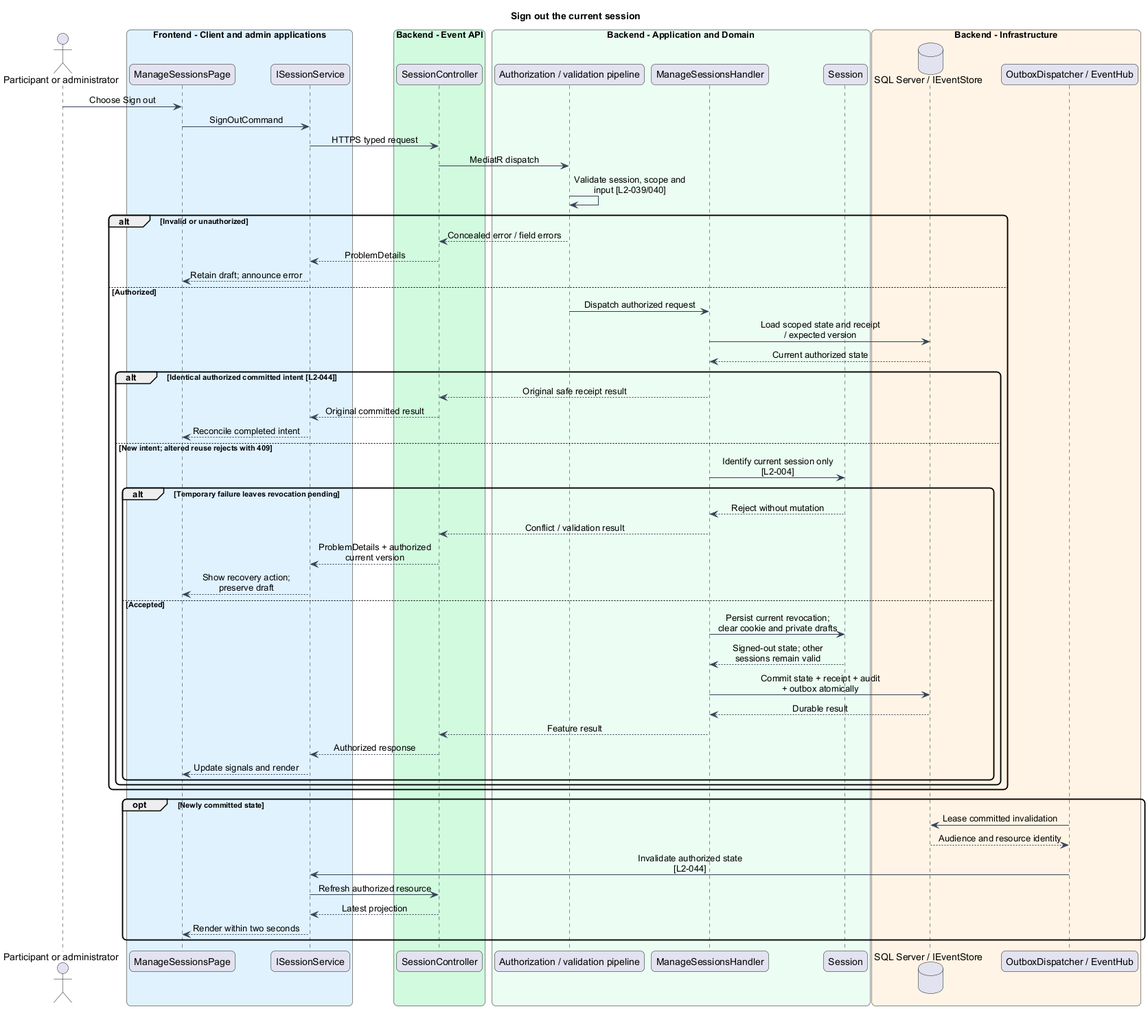
This is docs/detailed-designs/access/manage-sessions/diagrams/sequence-sign-out.png from QuinntyneBrown/faithtech-toronto-ai-build-event, a PlantUML export, as it was before one commit.
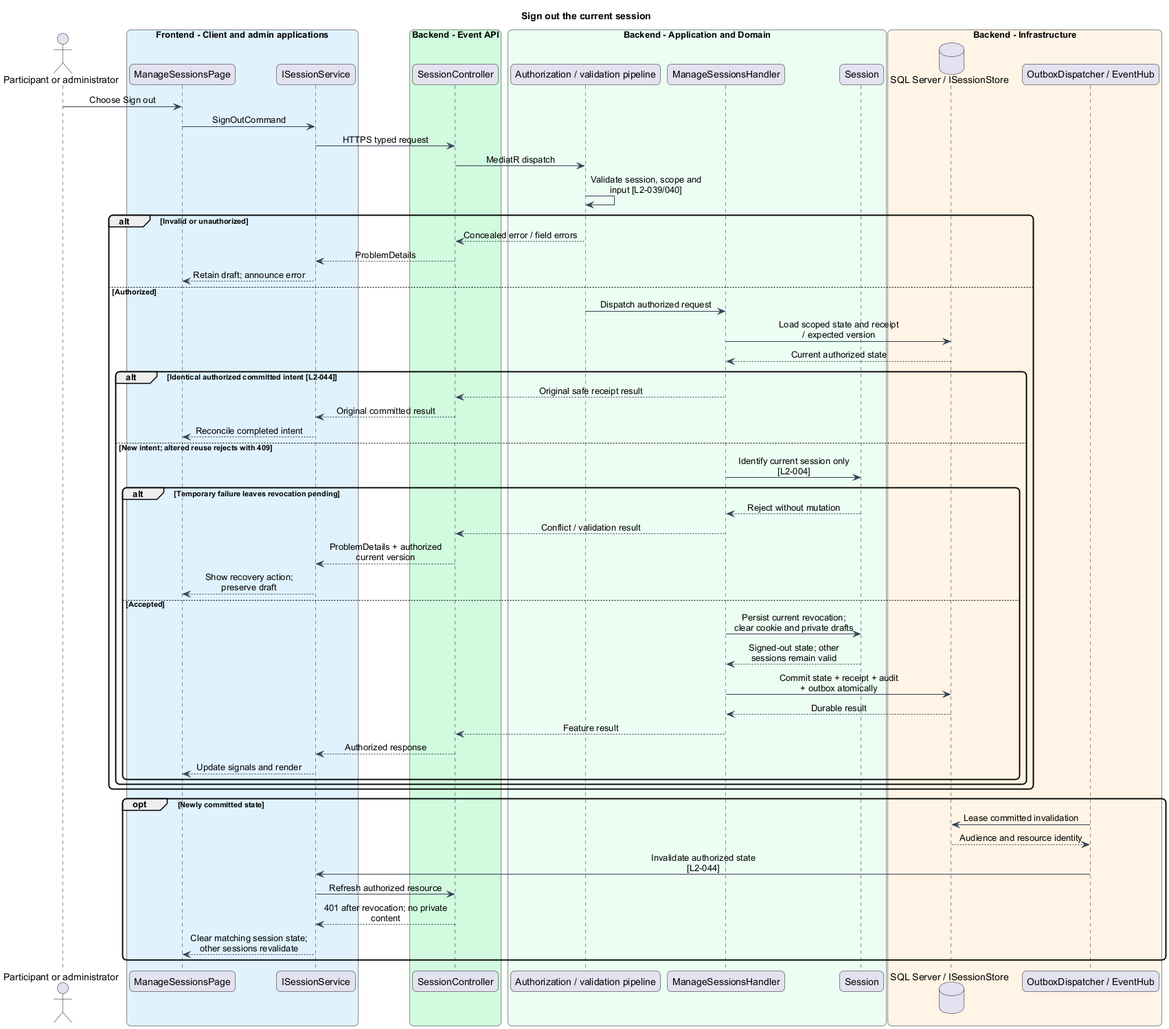
After the change.

What changed in the source:
```diff
@@ -23,7 +23,7 @@
 participant "Session" as entity
 end box
 box "Backend - Infrastructure" #FFF4E5
-database "SQL Server / IEventStore" as db
+database "SQL Server / ISessionStore" as db
 participant "OutboxDispatcher / EventHub" as push
 end box
 actor -> page : Choose Sign out
@@ -66,7 +66,7 @@
 db --> push : Audience and resource identity
 push -> client : Invalidate authorized state [L2-044]
 client -> controller : Refresh authorized resource
-controller --> client : Latest projection
-client --> page : Render within two seconds
+controller --> client : 401 after revocation; no private content
+client --> page : Clear matching session state; other sessions revalidate
 end
 @enduml
```
